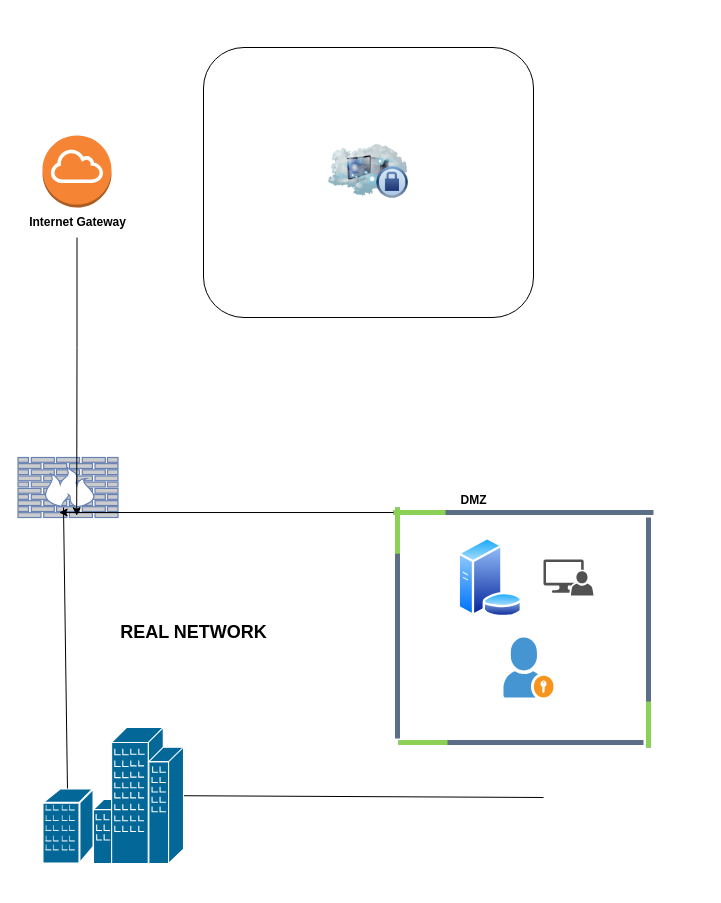
Before: Untitled Diagram.drawio in qu4ntum-luffy/TCM-Security-Learnings, a draw.io diagram. Source tidied: cells renumbered, new cells numbered last; positions are measured from the earlier drawing's top-left corner, leaving out a move shared by most shapes. Both pictures are drawn from the tidied source at 100%, with x=0, y=0 at pixel (17, 47). Pictures stored in the file or linked from it are replaced by grey dashed boxes.
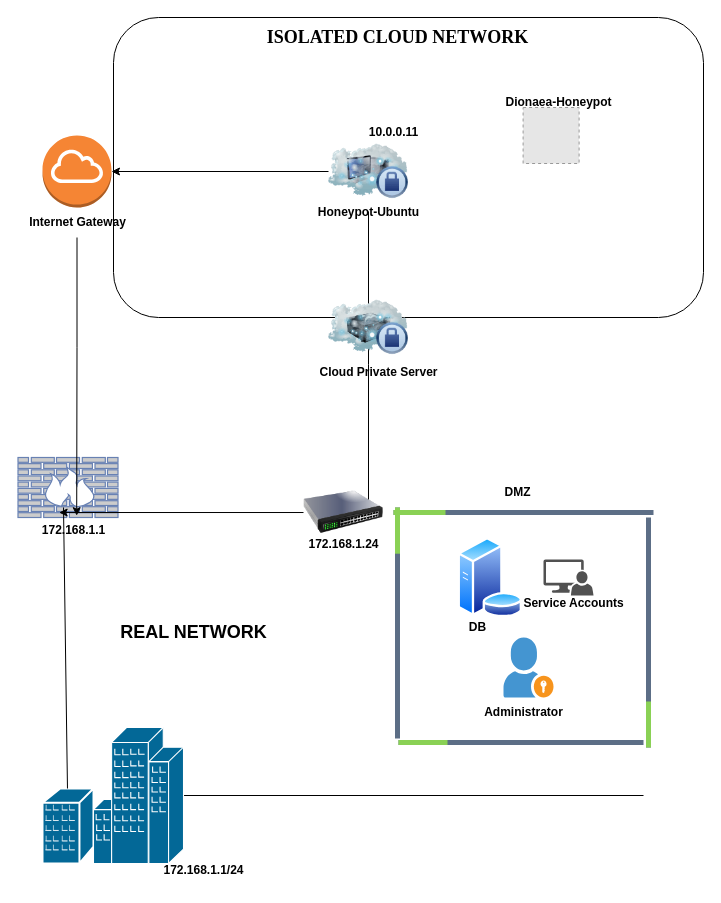
Above is the later version.

The change refers to these unchanged cells:
```xml
<mxCell id="5" style="shape=mxgraph.cisco.buildings.generic_building;sketch=0;html=1;dashed=0;fillColor=#036897;strokeColor=#ffffff;strokeWidth=2;verticalLabelPosition=bottom;verticalAlign=top;align=center;outlineConnect=0;" parent="1" vertex="1">
  <mxGeometry x="76" y="680" width="90" height="136" as="geometry" />
</mxCell>
<mxCell id="6" style="fontColor=#0066CC;verticalAlign=top;verticalLabelPosition=bottom;labelPosition=center;align=center;html=1;outlineConnect=0;fillColor=#CCCCCC;strokeColor=#6881B3;gradientColor=none;gradientDirection=north;strokeWidth=2;shape=mxgraph.networks.firewall;" parent="1" vertex="1">
  <mxGeometry x="0.5" y="410" width="100" height="60" as="geometry" />
</mxCell>
<mxCell id="7" style="verticalLabelPosition=bottom;verticalAlign=top;html=1;shadow=0;dashed=0;strokeWidth=1;shape=mxgraph.ios.iCloudProgressBar;barPos=20;" parent="1" vertex="1">
  <mxGeometry x="376" y="460" width="260" height="10" as="geometry" />
</mxCell>
<mxCell id="8" style="image;html=1;image=img/lib/clip_art/networking/Cloud_Computer_Private_128x128.png;" parent="1" vertex="1">
  <mxGeometry x="311" y="84" width="80" height="80" as="geometry" />
</mxCell>
<mxCell id="10" style="outlineConnect=0;dashed=0;verticalLabelPosition=bottom;verticalAlign=top;align=center;html=1;shape=mxgraph.aws3.internet_gateway;fillColor=#F58534;gradientColor=none;" parent="1" vertex="1">
  <mxGeometry x="25" y="88" width="69" height="72" as="geometry" />
</mxCell>
```

Change to the diagram source:
```diff
@@
     <mxCell id="2" style="rounded=1;whiteSpace=wrap;html=1;" parent="1" vertex="1">
-      <mxGeometry x="186" width="330" height="270" as="geometry" />
+      <mxGeometry x="96" y="-30" width="590" height="300" as="geometry" />
     </mxCell>
@@
     <mxCell id="4" style="endArrow=none;html=1;rounded=0;" parent="1" edge="1" target="5">
       <mxGeometry relative="1" as="geometry">
-        <mxPoint x="526" y="750" as="sourcePoint" />
+        <mxPoint x="626" y="748" as="sourcePoint" />
       </mxGeometry>
     </mxCell>
@@
+    <mxCell id="22" style="edgeStyle=orthogonalEdgeStyle;rounded=0;jettySize=auto;html=1;" parent="1" edge="1" source="8" target="10">
+      <mxGeometry relative="1" as="geometry" />
+    </mxCell>
+    <mxCell id="23" style="edgeStyle=orthogonalEdgeStyle;rounded=0;jettySize=auto;html=1;" parent="1" edge="1" source="8">
+      <mxGeometry relative="1" as="geometry">
+        <mxPoint x="351" y="470" as="targetPoint" />
+      </mxGeometry>
+    </mxCell>
@@
-    <mxCell id="12" style="edgeStyle=orthogonalEdgeStyle;rounded=0;jettySize=auto;html=1;entryX=0.411;entryY=0.917;entryDx=0;entryDy=0;entryPerimeter=0;" parent="1" edge="1" source="7" target="6">
+    <mxCell id="12" style="edgeStyle=orthogonalEdgeStyle;rounded=0;jettySize=auto;html=1;entryX=0.411;entryY=0.917;entryDx=0;entryDy=0;entryPerimeter=0;" parent="1" edge="1" source="28" target="6">
       <mxGeometry relative="1" as="geometry" />
     </mxCell>
@@
     <mxCell id="16" value="&lt;b&gt;DMZ&lt;/b&gt;" style="text;html=1;align=center;verticalAlign=middle;strokeColor=none;fillColor=none;" parent="1" vertex="1">
-      <mxGeometry x="431" y="438" width="50" height="30" as="geometry" />
+      <mxGeometry x="475" y="430" width="50" height="30" as="geometry" />
     </mxCell>
@@
+    <mxCell id="24" value="&lt;font style=&quot;font-size: 18px;&quot; face=&quot;Times New Roman&quot;&gt;&lt;b&gt;ISOLATED CLOUD NETWORK&lt;/b&gt;&lt;/font&gt;" style="text;html=1;align=center;verticalAlign=middle;strokeColor=none;fillColor=none;" parent="1" vertex="1">
+      <mxGeometry x="235" y="-30" width="290" height="40" as="geometry" />
+    </mxCell>
+    <mxCell id="25" value="&lt;b&gt;Honeypot-Ubuntu&lt;/b&gt;" style="text;html=1;align=center;verticalAlign=middle;strokeColor=none;fillColor=none;" parent="1" vertex="1">
+      <mxGeometry x="291" y="150" width="120" height="30" as="geometry" />
+    </mxCell>
+    <mxCell id="26" value="&lt;b&gt;172.168.1.1/24&lt;/b&gt;" style="text;html=1;align=center;verticalAlign=middle;strokeColor=none;fillColor=none;" parent="1" vertex="1">
+      <mxGeometry x="136" y="808" width="100" height="30" as="geometry" />
+    </mxCell>
+    <mxCell id="27" value="&lt;b&gt;10.0.0.11&lt;/b&gt;" style="text;html=1;align=center;verticalAlign=middle;strokeColor=none;fillColor=none;" parent="1" vertex="1">
+      <mxGeometry x="341" y="70" width="70" height="30" as="geometry" />
+    </mxCell>
+    <mxCell id="28" style="image;html=1;image=img/lib/clip_art/networking/Switch_128x128.png;" parent="1" vertex="1">
+      <mxGeometry x="286" y="425" width="80" height="80" as="geometry" />
+    </mxCell>
+    <mxCell id="29" value="&lt;b&gt;172.168.1.1&lt;/b&gt;" style="text;html=1;align=center;verticalAlign=middle;strokeColor=none;fillColor=none;" parent="1" vertex="1">
+      <mxGeometry x="10.5" y="468" width="90" height="30" as="geometry" />
+    </mxCell>
+    <mxCell id="30" value="&lt;b&gt;172.168.1.24&lt;/b&gt;" style="text;html=1;align=center;verticalAlign=middle;strokeColor=none;fillColor=none;" parent="1" vertex="1">
+      <mxGeometry x="281" y="482" width="90" height="30" as="geometry" />
+    </mxCell>
+    <mxCell id="31" style="image;html=1;image=img/lib/clip_art/networking/Cloud_Server_Private_128x128.png;" parent="1" vertex="1">
+      <mxGeometry x="311" y="240" width="80" height="80" as="geometry" />
+    </mxCell>
+    <mxCell id="32" value="&lt;b&gt;Cloud Private Server&lt;/b&gt;" style="text;html=1;align=center;verticalAlign=middle;strokeColor=none;fillColor=none;" parent="1" vertex="1">
+      <mxGeometry x="291" y="310" width="140" height="30" as="geometry" />
+    </mxCell>
+    <mxCell id="33" value="&lt;b&gt;Dionaea-Honeypot&lt;/b&gt;" style="text;html=1;align=center;verticalAlign=middle;strokeColor=none;fillColor=none;" parent="1" vertex="1">
+      <mxGeometry x="476" y="40" width="130" height="30" as="geometry" />
+    </mxCell>
+    <mxCell id="34" style="fillColor=#E6E6E6;strokeColor=#999999;dashed=1;html=1;verticalAlign=top;verticalLabelPosition=bottom;labelBackgroundColor=#ffffff;" parent="1" vertex="1">
+      <mxGeometry x="505.6" y="60" width="56" height="56" as="geometry" />
+    </mxCell>
+    <mxCell id="35" value="&lt;b&gt;DB&lt;/b&gt;" style="text;html=1;align=center;verticalAlign=middle;strokeColor=none;fillColor=none;" parent="1" vertex="1">
+      <mxGeometry x="440" y="565" width="40" height="30" as="geometry" />
+    </mxCell>
+    <mxCell id="36" value="&lt;b&gt;Administrator&lt;/b&gt;" style="text;html=1;align=center;verticalAlign=middle;strokeColor=none;fillColor=none;" parent="1" vertex="1">
+      <mxGeometry x="456" y="650" width="100" height="30" as="geometry" />
+    </mxCell>
+    <mxCell id="37" value="&lt;b&gt;Service Accounts&lt;/b&gt;" style="text;html=1;align=center;verticalAlign=middle;strokeColor=none;fillColor=none;" parent="1" vertex="1">
+      <mxGeometry x="495.5" y="540.5" width="120" height="30" as="geometry" />
+    </mxCell>
```
